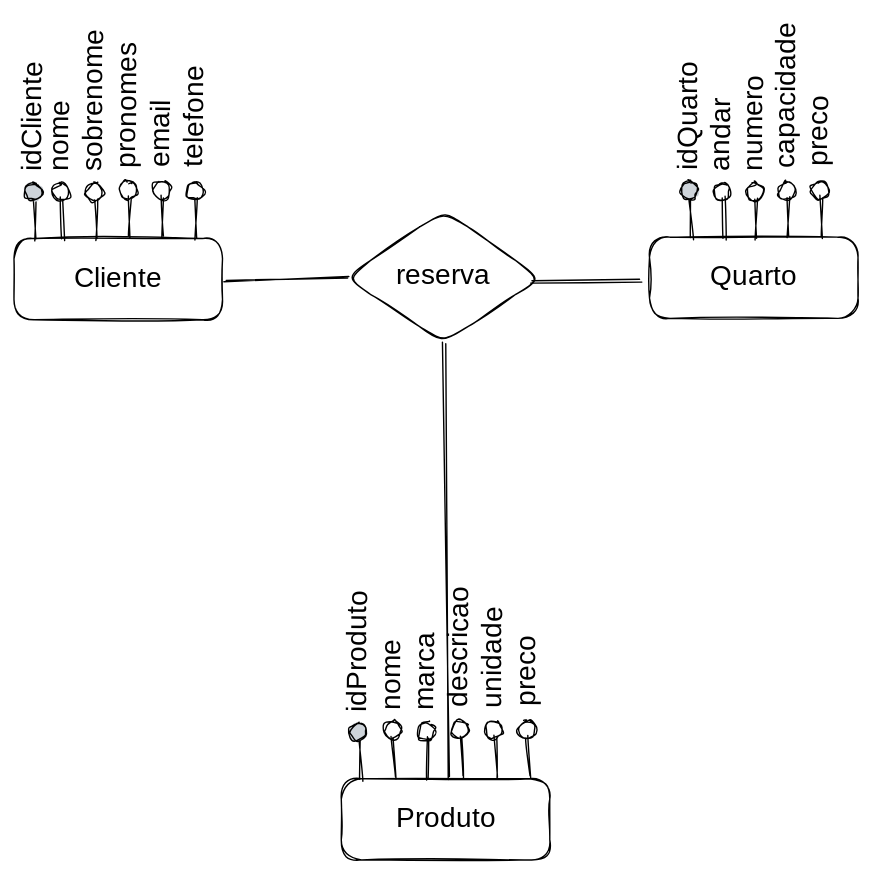
The Excalidraw diagram .gitbook/assets/file.excalidraw (14).svg in francojoao/gb-banco-de-dados, before a commit. Source tidied: one line per element, renumbered; positions are measured from the earlier drawing's top-left corner, leaving out a move shared by most shapes.
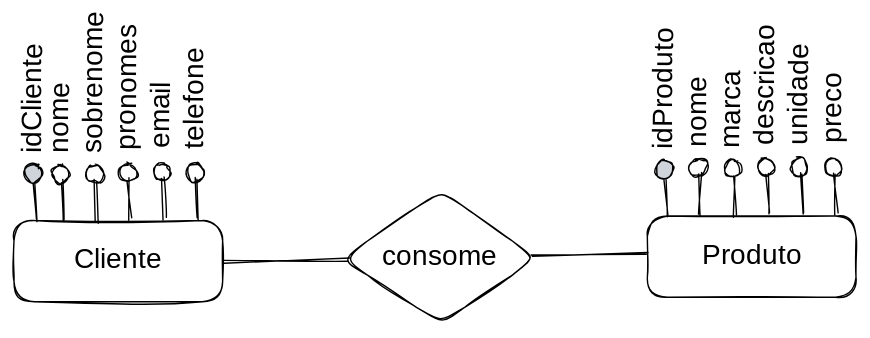
After the change.

Change to the diagram source:
```diff
@@ -1,62 +1,44 @@
-{"id": 0, "type": "rectangle", "strokeColor": "#000000", "strokeWidth": 1, "roughness": 1, "round": true, "x": 28, "y": 118, "width": 149, "height": 58}
+{"id": 62, "type": "rectangle", "strokeColor": "#000000", "strokeWidth": 1, "roughness": 1, "round": true, "x": 480, "y": 115, "width": 149, "height": 58}
+{"id": 38, "type": "text", "text": "Produto", "strokeColor": "#000000", "strokeWidth": 1, "roughness": 1, "fontSize": 20, "fontFamily": 1, "textAlign": "center", "verticalAlign": "middle", "inside": 62, "x": 514, "y": 132, "width": 80, "height": 23}
+{"id": 63, "type": "line", "strokeColor": "#000000", "strokeWidth": 1, "roughness": 1, "round": true, "x": 517, "y": 85, "width": 1, "height": 29, "points": [[0, 0], [1, 29]]}
+{"id": 64, "type": "ellipse", "strokeColor": "#000000", "strokeWidth": 1, "roughness": 1, "round": true, "x": 510, "y": 74, "width": 12, "height": 13}
+{"id": 65, "type": "text", "text": "nome", "strokeColor": "#000000", "angle": 4.72, "strokeWidth": 1, "roughness": 1, "fontSize": 20, "fontFamily": 1, "x": 493, "y": 30, "width": 46, "height": 25}
+{"id": 66, "type": "line", "strokeColor": "#000000", "strokeWidth": 1, "roughness": 1, "round": true, "x": 541, "y": 86, "width": 1, "height": 29, "points": [[0, 0], [1, 29]]}
+{"id": 67, "type": "ellipse", "strokeColor": "#000000", "strokeWidth": 1, "roughness": 1, "round": true, "x": 534, "y": 75, "width": 12, "height": 13}
+{"id": 44, "type": "text", "text": "marca", "strokeColor": "#000000", "angle": 4.72, "strokeWidth": 1, "roughness": 1, "fontSize": 20, "fontFamily": 1, "x": 510, "y": 23, "width": 60, "height": 25}
+{"id": 68, "type": "line", "strokeColor": "#000000", "strokeWidth": 1, "roughness": 1, "round": true, "x": 589, "y": 84, "width": 1, "height": 29, "points": [[0, 0], [1, 29]]}
+{"id": 69, "type": "ellipse", "strokeColor": "#000000", "strokeWidth": 1, "roughness": 1, "round": true, "x": 583, "y": 73, "width": 12, "height": 13}
+{"id": 47, "type": "text", "text": "unidade", "strokeColor": "#000000", "angle": 4.72, "strokeWidth": 1, "roughness": 1, "fontSize": 20, "fontFamily": 1, "x": 552, "y": 14, "width": 74, "height": 25}
+{"id": 70, "type": "text", "text": "preco", "strokeColor": "#000000", "angle": 4.72, "strokeWidth": 1, "roughness": 1, "fontSize": 20, "fontFamily": 1, "x": 586, "y": 24, "width": 53, "height": 25}
+{"id": 71, "type": "line", "strokeColor": "#000000", "strokeWidth": 1, "roughness": 1, "round": true, "x": 613, "y": 84, "width": 1, "height": 29, "points": [[0, 0], [1, 29]]}
+{"id": 72, "type": "ellipse", "strokeColor": "#000000", "strokeWidth": 1, "roughness": 1, "round": true, "x": 607, "y": 73, "width": 12, "height": 13}
+{"id": 73, "type": "line", "strokeColor": "#000000", "strokeWidth": 1, "roughness": 1, "round": true, "x": 565, "y": 84, "width": 1, "height": 29, "points": [[0, 0], [1, 29]]}
+{"id": 74, "type": "ellipse", "strokeColor": "#000000", "strokeWidth": 1, "roughness": 1, "round": true, "x": 558, "y": 73, "width": 12, "height": 13}
+{"id": 53, "type": "text", "text": "descricao", "strokeColor": "#000000", "angle": 4.72, "strokeWidth": 1, "roughness": 1, "fontSize": 20, "fontFamily": 1, "x": 518, "y": 5, "width": 93, "height": 25}
+{"id": 75, "type": "line", "strokeColor": "#000000", "strokeWidth": 1, "roughness": 1, "round": true, "x": 492, "y": 86, "width": 1, "height": 29, "points": [[0, 0], [1, 29]]}
+{"id": 76, "type": "ellipse", "strokeColor": "#000000", "backgroundColor": "#ced4da", "fillStyle": "solid", "strokeWidth": 1, "roughness": 1, "round": true, "x": 486, "y": 75, "width": 12, "height": 13}
+{"id": 56, "type": "text", "text": "idProduto", "strokeColor": "#000000", "angle": 4.72, "strokeWidth": 1, "roughness": 1, "fontSize": 20, "fontFamily": 1, "x": 444, "y": 6, "width": 96, "height": 25}
+{"id": 77, "type": "rectangle", "strokeColor": "#000000", "strokeWidth": 1, "roughness": 1, "round": true, "x": 28, "y": 118, "width": 149, "height": 58}
-{"id": 1, "type": "text", "text": "Cliente", "strokeColor": "#000000", "strokeWidth": 1, "roughness": 1, "fontSize": 20, "fontFamily": 1, "textAlign": "center", "verticalAlign": "middle", "inside": 0, "x": 69, "y": 135, "width": 67, "height": 23}
+{"id": 1, "type": "text", "text": "Cliente", "strokeColor": "#000000", "strokeWidth": 1, "roughness": 1, "fontSize": 20, "fontFamily": 1, "textAlign": "center", "verticalAlign": "middle", "inside": 77, "x": 69, "y": 135, "width": 67, "height": 23}
-{"id": 2, "type": "line", "strokeColor": "#000000", "strokeWidth": 1, "roughness": 1, "round": true, "x": 62, "y": 89, "width": 1, "height": 29, "points": [[0, 0], [1, 29]]}
-{"id": 3, "type": "ellipse", "strokeColor": "#000000", "strokeWidth": 1, "roughness": 1, "round": true, "x": 55, "y": 78, "width": 12, "height": 13}
-{"id": 4, "type": "text", "text": "nome", "strokeColor": "#000000", "angle": 4.72, "strokeWidth": 1, "roughness": 1, "fontSize": 20, "fontFamily": 1, "x": 38, "y": 34, "width": 46, "height": 25}
-{"id": 5, "type": "line", "strokeColor": "#000000", "strokeWidth": 1, "roughness": 1, "round": true, "x": 86, "y": 89, "width": 1, "height": 29, "points": [[0, 0], [1, 29]]}
-{"id": 6, "type": "ellipse", "strokeColor": "#000000", "strokeWidth": 1, "roughness": 1, "round": true, "x": 79, "y": 78, "width": 12, "height": 13}
+{"id": 78, "type": "line", "strokeColor": "#000000", "strokeWidth": 1, "roughness": 1, "round": true, "x": 62, "y": 89, "width": 1, "height": 29, "points": [[0, 0], [1, 29]]}
+{"id": 79, "type": "ellipse", "strokeColor": "#000000", "strokeWidth": 1, "roughness": 1, "round": true, "x": 55, "y": 78, "width": 12, "height": 13}
+{"id": 80, "type": "text", "text": "nome", "strokeColor": "#000000", "angle": 4.72, "strokeWidth": 1, "roughness": 1, "fontSize": 20, "fontFamily": 1, "x": 38, "y": 34, "width": 46, "height": 25}
+{"id": 81, "type": "line", "strokeColor": "#000000", "strokeWidth": 1, "roughness": 1, "round": true, "x": 86, "y": 89, "width": 1, "height": 29, "points": [[0, 0], [1, 29]]}
+{"id": 82, "type": "ellipse", "strokeColor": "#000000", "strokeWidth": 1, "roughness": 1, "round": true, "x": 79, "y": 78, "width": 12, "height": 13}
 {"id": 7, "type": "text", "text": "sobrenome", "strokeColor": "#000000", "angle": 4.72, "strokeWidth": 1, "roughness": 1, "fontSize": 20, "fontFamily": 1, "x": 36, "y": 8, "width": 98, "height": 25}
-{"id": 8, "type": "line", "strokeColor": "#000000", "strokeWidth": 1, "roughness": 1, "round": true, "x": 110, "y": 88, "width": 1, "height": 29, "points": [[0, 0], [1, 29]]}
-{"id": 9, "type": "ellipse", "strokeColor": "#000000", "strokeWidth": 1, "roughness": 1, "round": true, "x": 103, "y": 77, "width": 12, "height": 13}
+{"id": 83, "type": "line", "strokeColor": "#000000", "strokeWidth": 1, "roughness": 1, "round": true, "x": 110, "y": 88, "width": 1, "height": 29, "points": [[0, 0], [1, 29]]}
+{"id": 84, "type": "ellipse", "strokeColor": "#000000", "strokeWidth": 1, "roughness": 1, "round": true, "x": 103, "y": 77, "width": 12, "height": 13}
 {"id": 10, "type": "text", "text": "pronomes", "strokeColor": "#000000", "angle": 4.72, "strokeWidth": 1, "roughness": 1, "fontSize": 20, "fontFamily": 1, "x": 66, "y": 12, "width": 86, "height": 25}
 {"id": 11, "type": "text", "text": "email", "strokeColor": "#000000", "angle": 4.72, "strokeWidth": 1, "roughness": 1, "fontSize": 20, "fontFamily": 1, "x": 109, "y": 29, "width": 49, "height": 25}
-{"id": 12, "type": "line", "strokeColor": "#000000", "strokeWidth": 1, "roughness": 1, "round": true, "x": 134, "y": 88, "width": 1, "height": 29, "points": [[0, 0], [1, 29]]}
-{"id": 13, "type": "ellipse", "strokeColor": "#000000", "strokeWidth": 1, "roughness": 1, "round": true, "x": 127, "y": 77, "width": 12, "height": 13}
+{"id": 85, "type": "line", "strokeColor": "#000000", "strokeWidth": 1, "roughness": 1, "round": true, "x": 134, "y": 88, "width": 1, "height": 29, "points": [[0, 0], [1, 29]]}
+{"id": 86, "type": "ellipse", "strokeColor": "#000000", "strokeWidth": 1, "roughness": 1, "round": true, "x": 127, "y": 77, "width": 12, "height": 13}
 {"id": 14, "type": "text", "text": "telefone", "strokeColor": "#000000", "angle": 4.72, "strokeWidth": 1, "roughness": 1, "fontSize": 20, "fontFamily": 1, "x": 116, "y": 13, "width": 82, "height": 25}
-{"id": 15, "type": "line", "strokeColor": "#000000", "strokeWidth": 1, "roughness": 1, "round": true, "x": 158, "y": 89, "width": 1, "height": 29, "points": [[0, 0], [1, 29]]}
-{"id": 16, "type": "ellipse", "strokeColor": "#000000", "strokeWidth": 1, "roughness": 1, "round": true, "x": 151, "y": 78, "width": 12, "height": 13}
-{"id": 17, "type": "line", "strokeColor": "#000000", "strokeWidth": 1, "roughness": 1, "round": true, "x": 42, "y": 89, "width": 1, "height": 29, "points": [[0, 0], [1, 29]]}
-{"id": 18, "type": "ellipse", "strokeColor": "#000000", "backgroundColor": "#ced4da", "fillStyle": "solid", "strokeWidth": 1, "roughness": 1, "round": true, "x": 35, "y": 78, "width": 12, "height": 13}
+{"id": 87, "type": "line", "strokeColor": "#000000", "strokeWidth": 1, "roughness": 1, "round": true, "x": 158, "y": 88, "width": 1, "height": 29, "points": [[0, 0], [1, 29]]}
+{"id": 88, "type": "ellipse", "strokeColor": "#000000", "strokeWidth": 1, "roughness": 1, "round": true, "x": 151, "y": 77, "width": 12, "height": 13}
+{"id": 89, "type": "line", "strokeColor": "#000000", "strokeWidth": 1, "roughness": 1, "round": true, "x": 42, "y": 89, "width": 1, "height": 29, "points": [[0, 0], [1, 29]]}
+{"id": 90, "type": "ellipse", "strokeColor": "#000000", "backgroundColor": "#ced4da", "fillStyle": "solid", "strokeWidth": 1, "roughness": 1, "round": true, "x": 35, "y": 78, "width": 12, "height": 13}
-{"id": 19, "type": "text", "text": "idCliente", "strokeColor": "#000000", "angle": 4.72, "strokeWidth": 1, "roughness": 1, "fontSize": 20, "fontFamily": 1, "x": 0, "y": 16, "width": 83, "height": 25}
+{"id": 19, "type": "text", "text": "idCliente", "strokeColor": "#000000", "angle": 4.72, "strokeWidth": 1, "roughness": 1, "fontSize": 20, "fontFamily": 1, "x": 0, "y": 15, "width": 83, "height": 25}
-{"id": 20, "type": "rectangle", "strokeColor": "#000000", "strokeWidth": 1, "roughness": 1, "round": true, "x": 482, "y": 117, "width": 149, "height": 58}
-{"id": 21, "type": "text", "text": "Quarto", "strokeColor": "#000000", "strokeWidth": 1, "roughness": 1, "fontSize": 20, "fontFamily": 1, "textAlign": "center", "verticalAlign": "middle", "inside": 20, "x": 520, "y": 134, "width": 72, "height": 23}
-{"id": 22, "type": "line", "strokeColor": "#000000", "strokeWidth": 1, "roughness": 1, "round": true, "x": 534, "y": 89, "width": 1, "height": 29, "points": [[0, 0], [1, 29]]}
-{"id": 23, "type": "ellipse", "strokeColor": "#000000", "strokeWidth": 1, "roughness": 1, "round": true, "x": 527, "y": 78, "width": 12, "height": 13}
-{"id": 24, "type": "text", "text": "andar", "strokeColor": "#000000", "angle": 4.72, "strokeWidth": 1, "roughness": 1, "fontSize": 20, "fontFamily": 1, "x": 504, "y": 28, "width": 58, "height": 25}
-{"id": 25, "type": "line", "strokeColor": "#000000", "strokeWidth": 1, "roughness": 1, "round": true, "x": 557, "y": 89, "width": 1, "height": 29, "points": [[0, 0], [1, 29]]}
-{"id": 26, "type": "ellipse", "strokeColor": "#000000", "strokeWidth": 1, "roughness": 1, "round": true, "x": 551, "y": 78, "width": 12, "height": 13}
-{"id": 27, "type": "text", "text": "numero", "strokeColor": "#000000", "angle": 4.72, "strokeWidth": 1, "roughness": 1, "fontSize": 20, "fontFamily": 1, "x": 524, "y": 24, "width": 66, "height": 25}
-{"id": 28, "type": "line", "strokeColor": "#000000", "strokeWidth": 1, "roughness": 1, "round": true, "x": 580, "y": 88, "width": 1, "height": 29, "points": [[0, 0], [1, 29]]}
-{"id": 29, "type": "ellipse", "strokeColor": "#000000", "strokeWidth": 1, "roughness": 1, "round": true, "x": 574, "y": 77, "width": 12, "height": 13}
-{"id": 30, "type": "text", "text": "capacidade", "strokeColor": "#000000", "angle": 4.72, "strokeWidth": 1, "roughness": 1, "fontSize": 20, "fontFamily": 1, "x": 525, "y": 0, "width": 110, "height": 25}
-{"id": 31, "type": "text", "text": "preco", "strokeColor": "#000000", "angle": 4.72, "strokeWidth": 1, "roughness": 1, "fontSize": 20, "fontFamily": 1, "x": 577, "y": 27, "width": 53, "height": 25}
-{"id": 32, "type": "line", "strokeColor": "#000000", "strokeWidth": 1, "roughness": 1, "round": true, "x": 604, "y": 88, "width": 1, "height": 29, "points": [[0, 0], [1, 29]]}
-{"id": 33, "type": "ellipse", "strokeColor": "#000000", "strokeWidth": 1, "roughness": 1, "round": true, "x": 597, "y": 77, "width": 12, "height": 13}
-{"id": 34, "type": "line", "strokeColor": "#000000", "strokeWidth": 1, "roughness": 1, "round": true, "x": 511, "y": 88, "width": 1, "height": 29, "points": [[0, 0], [1, 29]]}
-{"id": 35, "type": "ellipse", "strokeColor": "#000000", "backgroundColor": "#ced4da", "fillStyle": "solid", "strokeWidth": 1, "roughness": 1, "round": true, "x": 504, "y": 77, "width": 12, "height": 13}
-{"id": 36, "type": "text", "text": "idQuarto", "strokeColor": "#000000", "angle": 4.72, "strokeWidth": 1, "roughness": 1, "fontSize": 20, "fontFamily": 1, "x": 466, "y": 12, "width": 88, "height": 25}
-{"id": 37, "type": "rectangle", "strokeColor": "#000000", "strokeWidth": 1, "roughness": 1, "round": true, "x": 261, "y": 504, "width": 149, "height": 58}
-{"id": 38, "type": "text", "text": "Produto", "strokeColor": "#000000", "strokeWidth": 1, "roughness": 1, "fontSize": 20, "fontFamily": 1, "textAlign": "center", "verticalAlign": "middle", "inside": 37, "x": 296, "y": 521, "width": 80, "height": 23}
-{"id": 39, "type": "line", "strokeColor": "#000000", "strokeWidth": 1, "roughness": 1, "round": true, "x": 298, "y": 474, "width": 1, "height": 29, "points": [[0, 0], [1, 29]]}
-{"id": 40, "type": "ellipse", "strokeColor": "#000000", "strokeWidth": 1, "roughness": 1, "round": true, "x": 292, "y": 463, "width": 12, "height": 13}
-{"id": 41, "type": "text", "text": "nome", "strokeColor": "#000000", "angle": 4.72, "strokeWidth": 1, "roughness": 1, "fontSize": 20, "fontFamily": 1, "x": 275, "y": 419, "width": 46, "height": 25}
-{"id": 42, "type": "line", "strokeColor": "#000000", "strokeWidth": 1, "roughness": 1, "round": true, "x": 323, "y": 475, "width": 1, "height": 29, "points": [[0, 0], [1, 29]]}
-{"id": 43, "type": "ellipse", "strokeColor": "#000000", "strokeWidth": 1, "roughness": 1, "round": true, "x": 316, "y": 464, "width": 12, "height": 13}
-{"id": 44, "type": "text", "text": "marca", "strokeColor": "#000000", "angle": 4.72, "strokeWidth": 1, "roughness": 1, "fontSize": 20, "fontFamily": 1, "x": 292, "y": 412, "width": 60, "height": 25}
-{"id": 45, "type": "line", "strokeColor": "#000000", "strokeWidth": 1, "roughness": 1, "round": true, "x": 371, "y": 474, "width": 1, "height": 29, "points": [[0, 0], [1, 29]]}
-{"id": 46, "type": "ellipse", "strokeColor": "#000000", "strokeWidth": 1, "roughness": 1, "round": true, "x": 364, "y": 463, "width": 12, "height": 13}
-{"id": 47, "type": "text", "text": "unidade", "strokeColor": "#000000", "angle": 4.72, "strokeWidth": 1, "roughness": 1, "fontSize": 20, "fontFamily": 1, "x": 333, "y": 404, "width": 74, "height": 25}
-{"id": 48, "type": "text", "text": "preco", "strokeColor": "#000000", "angle": 4.72, "strokeWidth": 1, "roughness": 1, "fontSize": 20, "fontFamily": 1, "x": 368, "y": 413, "width": 53, "height": 25}
-{"id": 49, "type": "line", "strokeColor": "#000000", "strokeWidth": 1, "roughness": 1, "round": true, "x": 395, "y": 473, "width": 1, "height": 29, "points": [[0, 0], [1, 29]]}
-{"id": 50, "type": "ellipse", "strokeColor": "#000000", "strokeWidth": 1, "roughness": 1, "round": true, "x": 388, "y": 462, "width": 12, "height": 13}
-{"id": 51, "type": "line", "strokeColor": "#000000", "strokeWidth": 1, "roughness": 1, "round": true, "x": 347, "y": 473, "width": 1, "height": 29, "points": [[0, 0], [1, 29]]}
-{"id": 52, "type": "ellipse", "strokeColor": "#000000", "strokeWidth": 1, "roughness": 1, "round": true, "x": 340, "y": 462, "width": 12, "height": 13}
-{"id": 53, "type": "text", "text": "descricao", "strokeColor": "#000000", "angle": 4.72, "strokeWidth": 1, "roughness": 1, "fontSize": 20, "fontFamily": 1, "x": 300, "y": 394, "width": 93, "height": 25}
-{"id": 54, "type": "line", "strokeColor": "#000000", "strokeWidth": 1, "roughness": 1, "round": true, "x": 274, "y": 475, "width": 1, "height": 29, "points": [[0, 0], [1, 29]]}
-{"id": 55, "type": "ellipse", "strokeColor": "#000000", "backgroundColor": "#ced4da", "fillStyle": "solid", "strokeWidth": 1, "roughness": 1, "round": true, "x": 267, "y": 464, "width": 12, "height": 13}
-{"id": 56, "type": "text", "text": "idProduto", "strokeColor": "#000000", "angle": 4.72, "strokeWidth": 1, "roughness": 1, "fontSize": 20, "fontFamily": 1, "x": 226, "y": 395, "width": 96, "height": 25}
-{"id": 57, "type": "diamond", "strokeColor": "#000000", "strokeWidth": 1, "roughness": 1, "round": true, "x": 265, "y": 98, "width": 139, "height": 95}
-{"id": 58, "type": "text", "text": "reserva", "strokeColor": "#000000", "strokeWidth": 1, "roughness": 1, "fontSize": 20, "fontFamily": 1, "textAlign": "center", "verticalAlign": "middle", "inside": 57, "x": 296, "y": 133, "width": 76, "height": 23}
-{"id": 59, "type": "arrow", "strokeColor": "#000000", "strokeWidth": 1, "roughness": 1, "round": true, "from": 20, "x": 476, "y": 148, "width": 78, "height": 0, "points": [[0, 0], [-78, 0]]}
-{"id": 60, "type": "arrow", "strokeColor": "#000000", "strokeWidth": 1, "roughness": 1, "round": true, "from": 0, "x": 179, "y": 149, "width": 88, "height": 3, "points": [[0, 0], [88, -3]]}
-{"id": 61, "type": "arrow", "strokeColor": "#000000", "strokeWidth": 1, "roughness": 1, "round": true, "from": 37, "x": 338, "y": 503, "width": 3, "height": 310, "points": [[0, 0], [-3, -310]]}
+{"id": 91, "type": "diamond", "strokeColor": "#000000", "strokeWidth": 1, "roughness": 1, "round": true, "x": 262, "y": 97, "width": 139, "height": 95}
+{"id": 92, "type": "text", "text": "consome", "strokeColor": "#000000", "strokeWidth": 1, "roughness": 1, "fontSize": 20, "fontFamily": 1, "textAlign": "center", "verticalAlign": "middle", "inside": 91, "x": 293, "y": 132, "width": 78, "height": 23}
+{"id": 93, "type": "arrow", "strokeColor": "#000000", "strokeWidth": 1, "roughness": 1, "round": true, "x": 397, "y": 143, "width": 84, "height": 2, "points": [[0, 0], [84, -2]]}
+{"id": 94, "type": "arrow", "strokeColor": "#000000", "strokeWidth": 1, "roughness": 1, "round": true, "to": 77, "x": 268, "y": 145, "width": 91, "height": 3, "points": [[0, 0], [-91, 3]]}
```
